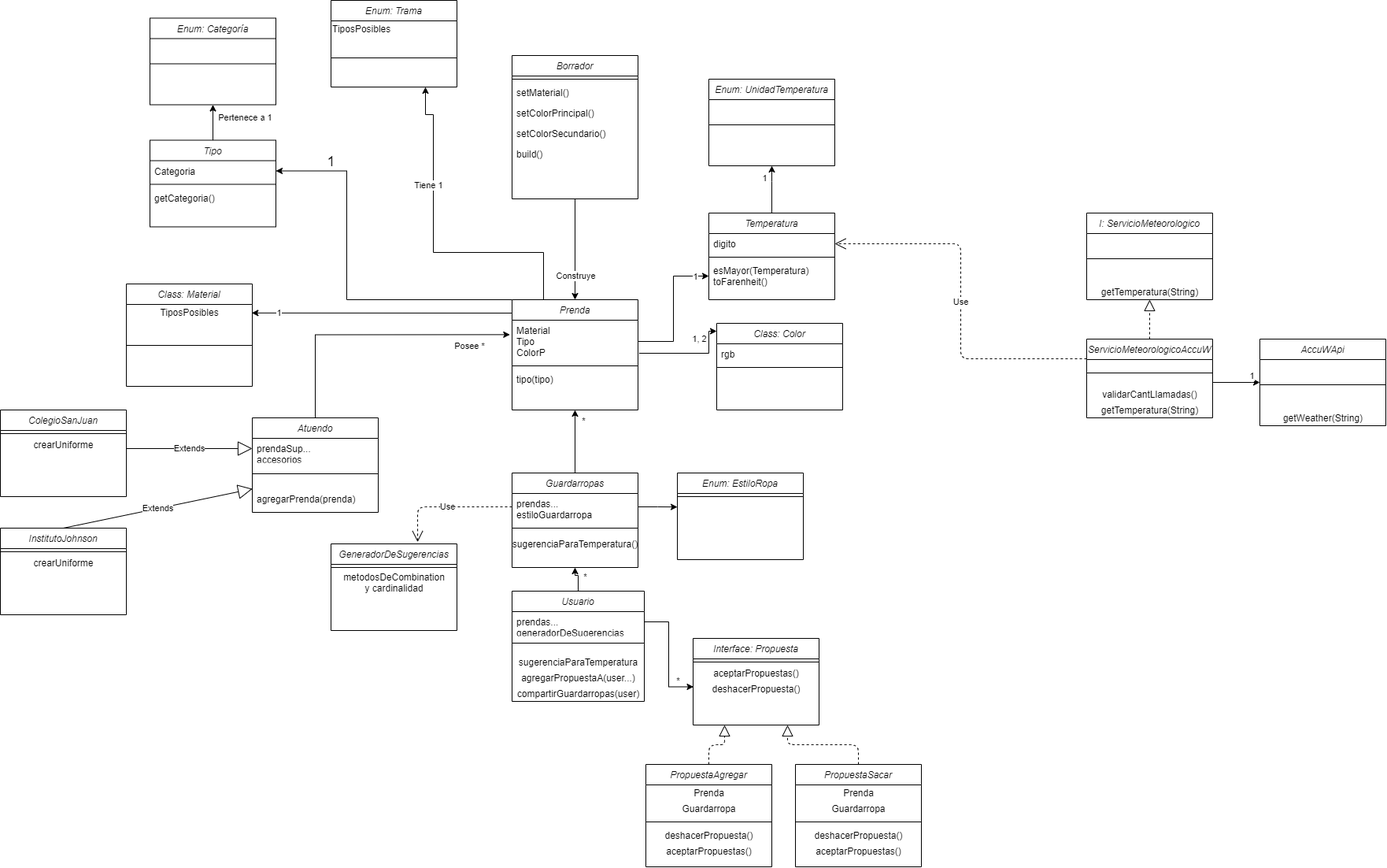
This is QMP-Iteración 5.png from FrancoPaesani/QMP, a draw.io export, as it was before one commit. Source tidied: cells renumbered, new cells last; positions are measured from the earlier drawing's top-left corner, leaving out a move shared by most shapes.
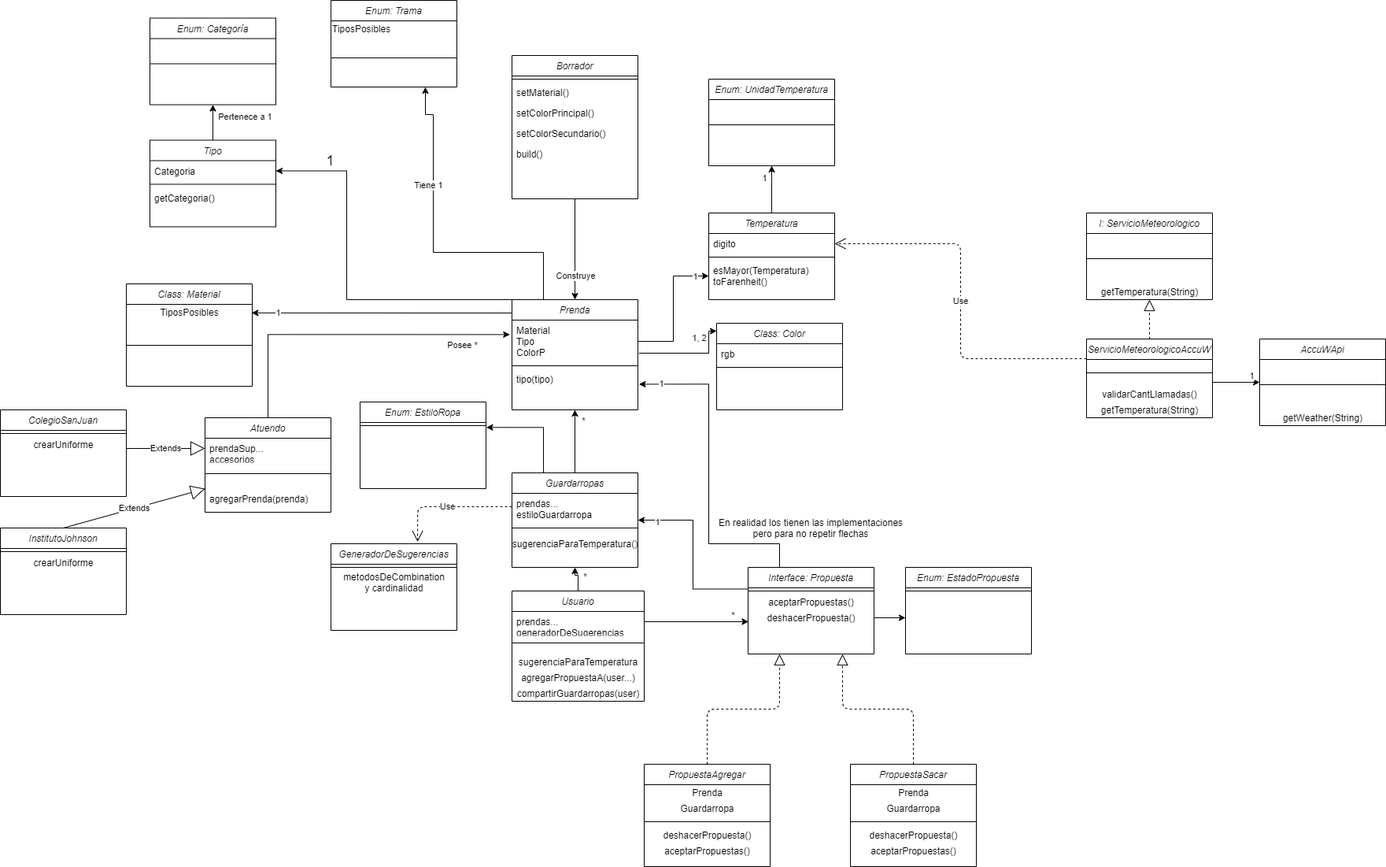
The same diagram one commit later.

Change to the diagram source:
```diff
@@ -155,7 +155,7 @@
       <mxGeometry y="26" width="160" height="64" as="geometry" />
     </mxCell>
     <mxCell id="41" value="Atuendo" style="swimlane;fontStyle=2;align=center;verticalAlign=top;horizontal=1;startSize=26;rounded=0;shadow=0;strokeWidth=1;" parent="1" vertex="1">
-      <mxGeometry x="320" y="530" width="160" height="120" as="geometry" />
+      <mxGeometry x="260" y="530" width="160" height="120" as="geometry" />
     </mxCell>
     <mxCell id="42" value="prendaSup...&#10;accesorios" style="text;align=left;verticalAlign=top;spacingLeft=4;spacingRight=4;overflow=hidden;points=[[0,0.5],[1,0.5]];portConstraint=eastwest;" parent="41" vertex="1">
       <mxGeometry y="26" width="160" height="26" as="geometry" />
@@ -324,16 +324,8 @@
     <mxCell id="90" style="endArrow=block;dashed=1;endFill=0;endSize=12;html=1;entryX=0.5;entryY=1;entryDx=0;entryDy=0;exitX=0.5;exitY=0;exitDx=0;exitDy=0;" parent="1" edge="1" source="82" target="77">
       <mxGeometry relative="1" as="geometry" />
     </mxCell>
-    <mxCell id="91" value="Enum: EstiloRopa" style="swimlane;fontStyle=2;align=center;verticalAlign=top;horizontal=1;startSize=26;rounded=0;shadow=0;strokeWidth=1;" parent="1" vertex="1">
-      <mxGeometry x="860" y="600" width="160" height="110" as="geometry" />
-    </mxCell>
-    <mxCell id="92" style="line;html=1;strokeWidth=1;align=left;verticalAlign=middle;spacingTop=-1;spacingLeft=3;spacingRight=3;labelPosition=right;" parent="91" vertex="1">
-      <mxGeometry y="26" width="160" height="8" as="geometry" />
-    </mxCell>
-    <mxCell id="93" style="edgeStyle=orthogonalEdgeStyle;rounded=0;jettySize=auto;html=1;exitX=1;exitY=0.5;exitDx=0;exitDy=0;" parent="1" edge="1" source="66">
-      <mxGeometry relative="1" as="geometry">
-        <mxPoint x="860" y="643.2" as="targetPoint" />
-      </mxGeometry>
+    <mxCell id="93" style="edgeStyle=orthogonalEdgeStyle;rounded=0;jettySize=auto;html=1;exitX=0.25;exitY=0;exitDx=0;exitDy=0;entryX=1.003;entryY=0.786;entryDx=0;entryDy=0;entryPerimeter=0;" parent="1" edge="1" source="65" target="122">
+      <mxGeometry relative="1" as="geometry" />
     </mxCell>
     <mxCell id="94" value="GeneradorDeSugerencias" style="swimlane;fontStyle=2;align=center;verticalAlign=top;horizontal=1;startSize=26;rounded=0;shadow=0;strokeWidth=1;" parent="1" vertex="1">
       <mxGeometry x="420" y="690" width="160" height="110" as="geometry" />
@@ -347,8 +339,26 @@
     <mxCell id="97" value="Use" style="endArrow=open;endSize=12;dashed=1;html=1;exitX=0;exitY=0.5;exitDx=0;exitDy=0;entryX=0.688;entryY=-0.021;entryDx=0;entryDy=0;entryPerimeter=0;edgeStyle=orthogonalEdgeStyle;" parent="1" edge="1" source="66" target="94">
       <mxGeometry relative="1" as="geometry" />
     </mxCell>
+    <mxCell id="118" style="edgeStyle=orthogonalEdgeStyle;rounded=0;jettySize=auto;html=1;exitX=0;exitY=0.25;exitDx=0;exitDy=0;entryX=1;entryY=0.5;entryDx=0;entryDy=0;" parent="1" edge="1" source="98" target="65">
+      <mxGeometry relative="1" as="geometry" />
+    </mxCell>
+    <mxCell id="119" value="1" style="edgeLabel;html=1;align=center;verticalAlign=middle;" parent="118" vertex="1">
+      <mxGeometry x="0.79" y="2" relative="1" as="geometry" />
+    </mxCell>
+    <mxCell id="120" style="edgeStyle=orthogonalEdgeStyle;rounded=0;jettySize=auto;html=1;exitX=0.25;exitY=0;exitDx=0;exitDy=0;entryX=1.009;entryY=0.747;entryDx=0;entryDy=0;entryPerimeter=0;" parent="1" edge="1" source="98" target="13">
+      <mxGeometry relative="1" as="geometry">
+        <Array as="points">
+          <mxPoint x="990" y="690" />
+          <mxPoint x="900" y="690" />
+          <mxPoint x="900" y="487" />
+        </Array>
+      </mxGeometry>
+    </mxCell>
+    <mxCell id="121" value="1" style="edgeLabel;html=1;align=center;verticalAlign=middle;" parent="120" vertex="1">
+      <mxGeometry x="0.86" y="-1" relative="1" as="geometry" />
+    </mxCell>
     <mxCell id="98" value="Interface: Propuesta" style="swimlane;fontStyle=2;align=center;verticalAlign=top;horizontal=1;startSize=26;rounded=0;shadow=0;strokeWidth=1;" parent="1" vertex="1">
-      <mxGeometry x="880" y="810" width="160" height="110" as="geometry" />
+      <mxGeometry x="950" y="720" width="160" height="110" as="geometry" />
     </mxCell>
     <mxCell id="99" style="line;html=1;strokeWidth=1;align=left;verticalAlign=middle;spacingTop=-1;spacingLeft=3;spacingRight=3;labelPosition=right;" parent="98" vertex="1">
       <mxGeometry y="26" width="160" height="8" as="geometry" />
@@ -359,7 +369,7 @@
     <mxCell id="101" value="deshacerPropuesta()" style="text;html=1;align=center;verticalAlign=middle;points=[];strokeColor=none;" parent="98" vertex="1">
       <mxGeometry y="54" width="160" height="20" as="geometry" />
     </mxCell>
-    <mxCell id="102" style="edgeStyle=orthogonalEdgeStyle;rounded=0;jettySize=auto;html=1;entryX=0.003;entryY=0.374;entryDx=0;entryDy=0;entryPerimeter=0;" parent="1" edge="1" source="72" target="101">
+    <mxCell id="102" style="edgeStyle=orthogonalEdgeStyle;rounded=0;jettySize=auto;html=1;entryX=0.003;entryY=0.75;entryDx=0;entryDy=0;entryPerimeter=0;" parent="1" edge="1" source="72" target="101">
       <mxGeometry relative="1" as="geometry" />
     </mxCell>
     <mxCell id="103" value="*" style="edgeLabel;html=1;align=center;verticalAlign=middle;" parent="102" vertex="1">
@@ -368,7 +378,7 @@
       </mxGeometry>
     </mxCell>
     <mxCell id="104" value="PropuestaAgregar" style="swimlane;fontStyle=2;align=center;verticalAlign=top;horizontal=1;startSize=26;rounded=0;shadow=0;strokeWidth=1;" parent="1" vertex="1">
-      <mxGeometry x="820" y="970" width="160" height="130" as="geometry" />
+      <mxGeometry x="818" y="970" width="160" height="130" as="geometry" />
     </mxCell>
     <mxCell id="105" value="Prenda" style="text;html=1;align=center;verticalAlign=middle;strokeColor=none;" parent="104" vertex="1">
       <mxGeometry y="26" width="160" height="20" as="geometry" />
@@ -386,7 +396,7 @@
       <mxGeometry y="100" width="160" height="20" as="geometry" />
     </mxCell>
     <mxCell id="110" value="PropuestaSacar" style="swimlane;fontStyle=2;align=center;verticalAlign=top;horizontal=1;startSize=26;rounded=0;shadow=0;strokeWidth=1;" parent="1" vertex="1">
-      <mxGeometry x="1010" y="970" width="160" height="130" as="geometry" />
+      <mxGeometry x="1080" y="970" width="160" height="130" as="geometry" />
     </mxCell>
     <mxCell id="111" value="Prenda" style="text;html=1;align=center;verticalAlign=middle;strokeColor=none;" parent="110" vertex="1">
       <mxGeometry y="26" width="160" height="20" as="geometry" />
@@ -409,5 +419,25 @@
     <mxCell id="117" style="endArrow=block;dashed=1;endFill=0;endSize=12;html=1;entryX=0.75;entryY=1;entryDx=0;entryDy=0;exitX=0.5;exitY=0;exitDx=0;exitDy=0;edgeStyle=orthogonalEdgeStyle;" parent="1" edge="1" source="110" target="98">
       <mxGeometry relative="1" as="geometry" />
     </mxCell>
+    <mxCell id="91" value="Enum: EstiloRopa" style="swimlane;fontStyle=2;align=center;verticalAlign=top;horizontal=1;startSize=26;rounded=0;shadow=0;strokeWidth=1;" parent="1" vertex="1">
+      <mxGeometry x="457" y="510" width="160" height="110" as="geometry" />
+    </mxCell>
+    <mxCell id="122" style="line;html=1;strokeWidth=1;align=left;verticalAlign=middle;spacingTop=-1;spacingLeft=3;spacingRight=3;labelPosition=right;points=[];portConstraint=eastwest;" parent="91" vertex="1">
+      <mxGeometry y="26" width="160" height="8" as="geometry" />
+    </mxCell>
+    <mxCell id="123" value="Enum: EstadoPropuesta" style="swimlane;fontStyle=2;align=center;verticalAlign=top;horizontal=1;startSize=26;rounded=0;shadow=0;strokeWidth=1;" parent="1" vertex="1">
+      <mxGeometry x="1150" y="720" width="160" height="110" as="geometry" />
+    </mxCell>
+    <mxCell id="124" style="line;html=1;strokeWidth=1;align=left;verticalAlign=middle;spacingTop=-1;spacingLeft=3;spacingRight=3;labelPosition=right;" parent="123" vertex="1">
+      <mxGeometry y="26" width="160" height="8" as="geometry" />
+    </mxCell>
+    <mxCell id="125" style="edgeStyle=orthogonalEdgeStyle;rounded=0;jettySize=auto;html=1;" parent="1" edge="1" source="101">
+      <mxGeometry relative="1" as="geometry">
+        <mxPoint x="1150" y="784" as="targetPoint" />
+      </mxGeometry>
+    </mxCell>
+    <mxCell id="126" value="En realidad los tienen las implementaciones&lt;br&gt;pero para no repetir flechas" style="text;html=1;strokeColor=none;fillColor=none;align=center;verticalAlign=middle;whiteSpace=wrap;rounded=0;" parent="1" vertex="1">
+      <mxGeometry x="894" y="660" width="272" height="20" as="geometry" />
+    </mxCell>
   </root>
 </mxGraphModel>
```
